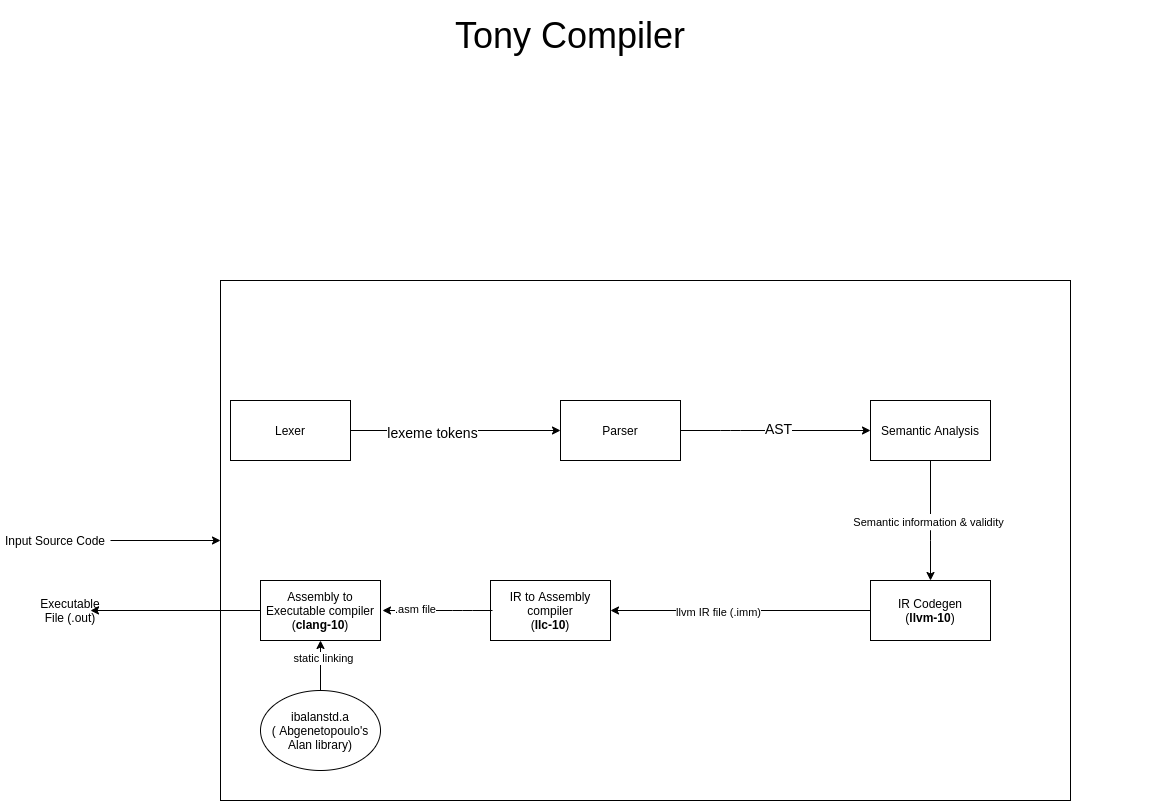
Earlier version of the draw.io export docs/general_arch.png (spyrospav/tonyc-ntua). Source tidied: cells renumbered, new cells last; positions are measured from the earlier drawing's top-left corner, leaving out a move shared by most shapes. Its diagram source:
```xml
<mxGraphModel>
  <root>
    <mxCell id="0" />
    <mxCell id="1" parent="0" />
    <mxCell id="2" value="Input Source Code" style="text;html=1;strokeColor=none;fillColor=none;align=center;verticalAlign=middle;whiteSpace=wrap;rounded=0;" parent="1" vertex="1">
      <mxGeometry y="520" width="110" height="40" as="geometry" />
    </mxCell>
    <mxCell id="3" style="endArrow=classic;html=1;entryX=0;entryY=0.5;entryDx=0;entryDy=0;" parent="1" edge="1" source="2" target="4">
      <mxGeometry relative="1" as="geometry" />
    </mxCell>
    <mxCell id="4" style="rounded=0;whiteSpace=wrap;html=1;fillColor=#FFFFFF;" parent="1" vertex="1">
      <mxGeometry x="220" y="280" width="850" height="520" as="geometry" />
    </mxCell>
    <mxCell id="5" value="&lt;font style=&quot;font-size: 36px&quot;&gt;Tony Compiler&lt;/font&gt;" style="text;html=1;strokeColor=none;fillColor=none;align=center;verticalAlign=middle;whiteSpace=wrap;rounded=0;" parent="1" vertex="1">
      <mxGeometry x="440" width="260" height="70" as="geometry" />
    </mxCell>
    <mxCell id="6" value="Lexer" style="rounded=0;whiteSpace=wrap;html=1;fillColor=#FFFFFF;" parent="1" vertex="1">
      <mxGeometry x="230" y="400" width="120" height="60" as="geometry" />
    </mxCell>
    <mxCell id="7" value="Parser" style="rounded=0;whiteSpace=wrap;html=1;fillColor=#FFFFFF;" parent="1" vertex="1">
      <mxGeometry x="560" y="400" width="120" height="60" as="geometry" />
    </mxCell>
    <mxCell id="8" value="&lt;span&gt;Semantic Analysis&lt;/span&gt;" style="rounded=0;whiteSpace=wrap;html=1;fillColor=#FFFFFF;" parent="1" vertex="1">
      <mxGeometry x="870" y="400" width="120" height="60" as="geometry" />
    </mxCell>
    <mxCell id="9" value="IR Codegen&lt;br&gt;(&lt;b&gt;llvm-10&lt;/b&gt;)" style="rounded=0;whiteSpace=wrap;html=1;fillColor=#FFFFFF;" parent="1" vertex="1">
      <mxGeometry x="870" y="580" width="120" height="60" as="geometry" />
    </mxCell>
    <mxCell id="10" style="endArrow=classic;html=1;entryX=0;entryY=0.5;entryDx=0;entryDy=0;" parent="1" edge="1" source="6" target="7">
      <mxGeometry relative="1" as="geometry" />
    </mxCell>
    <mxCell id="11" value="&lt;span style=&quot;font-size: 14px&quot;&gt;lexeme tokens&lt;/span&gt;" style="edgeLabel;html=1;align=center;verticalAlign=middle;" parent="10" vertex="1">
      <mxGeometry x="-0.23" y="-1" relative="1" as="geometry" />
    </mxCell>
    <mxCell id="12" style="endArrow=classic;html=1;exitX=1;exitY=0.5;exitDx=0;exitDy=0;" parent="1" edge="1" source="7" target="8">
      <mxGeometry relative="1" as="geometry">
        <Array as="points">
          <mxPoint x="730" y="430" />
        </Array>
      </mxGeometry>
    </mxCell>
    <mxCell id="13" value="&lt;font style=&quot;font-size: 14px&quot;&gt;AST&lt;/font&gt;" style="edgeLabel;html=1;align=center;verticalAlign=middle;" parent="12" vertex="1">
      <mxGeometry x="0.02" y="3" relative="1" as="geometry" />
    </mxCell>
    <mxCell id="14" style="endArrow=classic;html=1;exitX=0.5;exitY=1;exitDx=0;exitDy=0;" parent="1" edge="1" source="8" target="9">
      <mxGeometry relative="1" as="geometry">
        <Array as="points">
          <mxPoint x="930" y="530" />
        </Array>
      </mxGeometry>
    </mxCell>
    <mxCell id="15" value="&lt;font style=&quot;font-size: 14px&quot;&gt;Text&lt;/font&gt;" style="edgeLabel;html=1;align=center;verticalAlign=middle;" parent="14" vertex="1">
      <mxGeometry y="-1" relative="1" as="geometry" />
    </mxCell>
    <mxCell id="16" value="Semantic information &amp;amp; validity" style="edgeLabel;html=1;align=center;verticalAlign=middle;" parent="14" vertex="1">
      <mxGeometry x="0.02" y="-1" relative="1" as="geometry">
        <mxPoint x="-2" as="offset" />
      </mxGeometry>
    </mxCell>
    <mxCell id="17" style="edgeStyle=orthogonalEdgeStyle;rounded=0;orthogonalLoop=1;jettySize=auto;html=1;exitX=0.5;exitY=1;exitDx=0;exitDy=0;" parent="1" edge="1">
      <mxGeometry relative="1" as="geometry">
        <mxPoint x="1155" y="560" as="sourcePoint" />
        <mxPoint x="1155" y="560" as="targetPoint" />
      </mxGeometry>
    </mxCell>
    <mxCell id="18" value="IR to Assembly compiler&lt;br&gt;(&lt;b&gt;llc-10&lt;/b&gt;)" style="rounded=0;whiteSpace=wrap;html=1;fillColor=#FFFFFF;" parent="1" vertex="1">
      <mxGeometry x="490" y="580" width="120" height="60" as="geometry" />
    </mxCell>
    <mxCell id="19" style="endArrow=classic;html=1;exitX=0;exitY=0.5;exitDx=0;exitDy=0;" parent="1" edge="1" source="9">
      <mxGeometry relative="1" as="geometry">
        <mxPoint x="610" y="610" as="targetPoint" />
        <Array as="points">
          <mxPoint x="740" y="610" />
        </Array>
      </mxGeometry>
    </mxCell>
    <mxCell id="20" value="llvm IR file (.imm)" style="edgeLabel;html=1;align=center;verticalAlign=middle;" parent="19" vertex="1">
      <mxGeometry x="0.16" y="1" relative="1" as="geometry">
        <mxPoint x="-2" as="offset" />
      </mxGeometry>
    </mxCell>
    <mxCell id="21" value="&lt;span&gt;ibalanstd.a&lt;/span&gt;&lt;br&gt;&lt;span&gt;( Abgenetopoulo's Alan library)&lt;/span&gt;" style="ellipse;whiteSpace=wrap;html=1;fillColor=#FFFFFF;" parent="1" vertex="1">
      <mxGeometry x="260" y="690" width="120" height="80" as="geometry" />
    </mxCell>
    <mxCell id="22" value="Assembly to Executable compiler&lt;br&gt;(&lt;b&gt;clang-10&lt;/b&gt;)" style="rounded=0;whiteSpace=wrap;html=1;fillColor=#FFFFFF;" parent="1" vertex="1">
      <mxGeometry x="260" y="580" width="120" height="60" as="geometry" />
    </mxCell>
    <mxCell id="23" style="endArrow=classic;html=1;entryX=0.5;entryY=1;entryDx=0;entryDy=0;" parent="1" edge="1" source="21" target="22">
      <mxGeometry relative="1" as="geometry" />
    </mxCell>
    <mxCell id="24" value="static linking" style="edgeLabel;html=1;align=center;verticalAlign=middle;" parent="23" vertex="1">
      <mxGeometry x="0.31" y="-2" relative="1" as="geometry" />
    </mxCell>
    <mxCell id="25" style="endArrow=classic;html=1;exitX=0;exitY=0.5;exitDx=0;exitDy=0;entryX=1;entryY=0.5;entryDx=0;entryDy=0;" parent="1" edge="1" source="22" target="26">
      <mxGeometry relative="1" as="geometry" />
    </mxCell>
    <mxCell id="26" value="Executable File (.out)" style="text;html=1;strokeColor=none;fillColor=none;align=center;verticalAlign=middle;whiteSpace=wrap;rounded=0;" parent="1" vertex="1">
      <mxGeometry x="50" y="600" width="40" height="20" as="geometry" />
    </mxCell>
    <mxCell id="27" style="endArrow=classic;html=1;exitX=0;exitY=0.5;exitDx=0;exitDy=0;entryX=1;entryY=0.5;entryDx=0;entryDy=0;" parent="1" edge="1">
      <mxGeometry relative="1" as="geometry">
        <mxPoint x="492" y="610" as="sourcePoint" />
        <mxPoint x="382" y="610" as="targetPoint" />
        <Array as="points">
          <mxPoint x="462" y="610" />
        </Array>
      </mxGeometry>
    </mxCell>
    <mxCell id="28" value=".asm file" style="edgeLabel;html=1;align=center;verticalAlign=middle;" parent="27" vertex="1">
      <mxGeometry x="0.42" y="-2" relative="1" as="geometry" />
    </mxCell>
  </root>
</mxGraphModel>
```
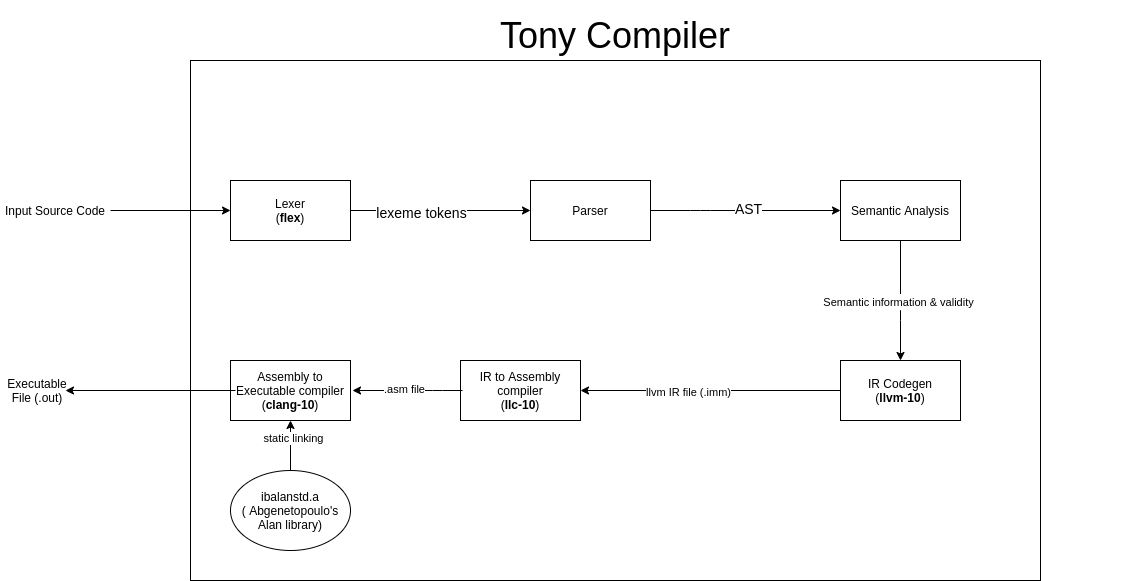
The same diagram one commit later.

Commit message:
updated general architecture diagram.

Diff of the diagram source:
```diff
@@ -3,19 +3,16 @@
     <mxCell id="0" />
     <mxCell id="1" parent="0" />
     <mxCell id="2" value="Input Source Code" style="text;html=1;strokeColor=none;fillColor=none;align=center;verticalAlign=middle;whiteSpace=wrap;rounded=0;" parent="1" vertex="1">
-      <mxGeometry y="520" width="110" height="40" as="geometry" />
+      <mxGeometry x="30" y="410" width="110" height="40" as="geometry" />
     </mxCell>
-    <mxCell id="3" style="endArrow=classic;html=1;entryX=0;entryY=0.5;entryDx=0;entryDy=0;" parent="1" edge="1" source="2" target="4">
-      <mxGeometry relative="1" as="geometry" />
-    </mxCell>
     <mxCell id="4" style="rounded=0;whiteSpace=wrap;html=1;fillColor=#FFFFFF;" parent="1" vertex="1">
       <mxGeometry x="220" y="280" width="850" height="520" as="geometry" />
     </mxCell>
     <mxCell id="5" value="&lt;font style=&quot;font-size: 36px&quot;&gt;Tony Compiler&lt;/font&gt;" style="text;html=1;strokeColor=none;fillColor=none;align=center;verticalAlign=middle;whiteSpace=wrap;rounded=0;" parent="1" vertex="1">
-      <mxGeometry x="440" width="260" height="70" as="geometry" />
+      <mxGeometry x="515" y="220" width="260" height="70" as="geometry" />
     </mxCell>
-    <mxCell id="6" value="Lexer" style="rounded=0;whiteSpace=wrap;html=1;fillColor=#FFFFFF;" parent="1" vertex="1">
-      <mxGeometry x="230" y="400" width="120" height="60" as="geometry" />
+    <mxCell id="6" value="Lexer&lt;br&gt;(&lt;b&gt;flex&lt;/b&gt;)" style="rounded=0;whiteSpace=wrap;html=1;fillColor=#FFFFFF;" parent="1" vertex="1">
+      <mxGeometry x="260" y="400" width="120" height="60" as="geometry" />
     </mxCell>
     <mxCell id="7" value="Parser" style="rounded=0;whiteSpace=wrap;html=1;fillColor=#FFFFFF;" parent="1" vertex="1">
       <mxGeometry x="560" y="400" width="120" height="60" as="geometry" />
@@ -91,11 +88,14 @@
     <mxCell id="24" value="static linking" style="edgeLabel;html=1;align=center;verticalAlign=middle;" parent="23" vertex="1">
       <mxGeometry x="0.31" y="-2" relative="1" as="geometry" />
     </mxCell>
-    <mxCell id="25" style="endArrow=classic;html=1;exitX=0;exitY=0.5;exitDx=0;exitDy=0;entryX=1;entryY=0.5;entryDx=0;entryDy=0;" parent="1" edge="1" source="22" target="26">
-      <mxGeometry relative="1" as="geometry" />
+    <mxCell id="25" style="endArrow=classic;html=1;exitX=0;exitY=0.5;exitDx=0;exitDy=0;entryX=1;entryY=0.5;entryDx=0;entryDy=0;" parent="1" edge="1">
+      <mxGeometry relative="1" as="geometry">
+        <mxPoint x="265" y="610" as="sourcePoint" />
+        <mxPoint x="95" y="610" as="targetPoint" />
+      </mxGeometry>
     </mxCell>
     <mxCell id="26" value="Executable File (.out)" style="text;html=1;strokeColor=none;fillColor=none;align=center;verticalAlign=middle;whiteSpace=wrap;rounded=0;" parent="1" vertex="1">
-      <mxGeometry x="50" y="600" width="40" height="20" as="geometry" />
+      <mxGeometry x="47" y="600" width="40" height="20" as="geometry" />
     </mxCell>
     <mxCell id="27" style="endArrow=classic;html=1;exitX=0;exitY=0.5;exitDx=0;exitDy=0;entryX=1;entryY=0.5;entryDx=0;entryDy=0;" parent="1" edge="1">
       <mxGeometry relative="1" as="geometry">
@@ -107,7 +107,12 @@
       </mxGeometry>
     </mxCell>
     <mxCell id="28" value=".asm file" style="edgeLabel;html=1;align=center;verticalAlign=middle;" parent="27" vertex="1">
-      <mxGeometry x="0.42" y="-2" relative="1" as="geometry" />
+      <mxGeometry x="0.42" y="-2" relative="1" as="geometry">
+        <mxPoint x="19" as="offset" />
+      </mxGeometry>
     </mxCell>
+    <mxCell id="29" style="endArrow=classic;html=1;entryX=0;entryY=0.5;entryDx=0;entryDy=0;" parent="1" edge="1" source="2" target="6">
+      <mxGeometry relative="1" as="geometry" />
+    </mxCell>
   </root>
 </mxGraphModel>
```
